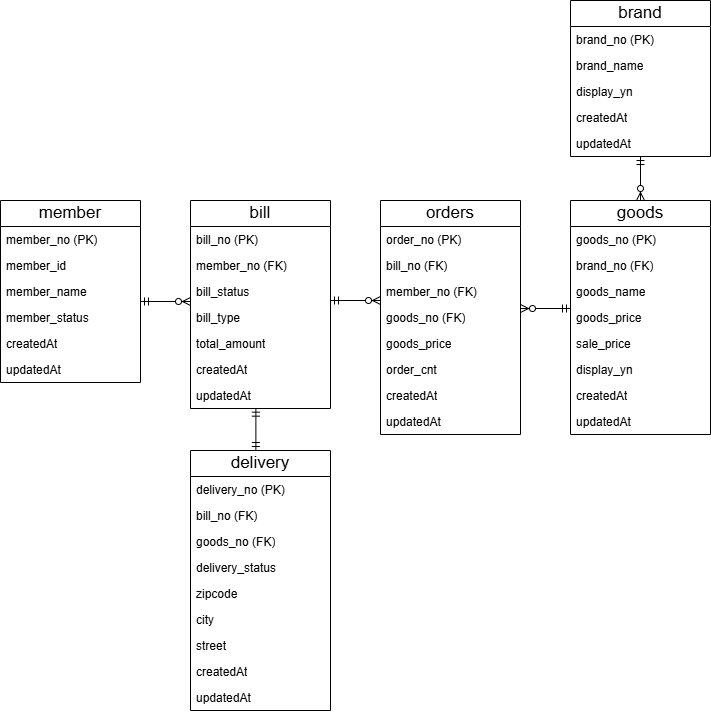
This is docs/images/DB Model.png from tngh4037/coupon-backend, a draw.io export, as it was before one commit. Source tidied: cells renumbered, new cells last; positions are measured from the earlier drawing's top-left corner, leaving out a move shared by most shapes.
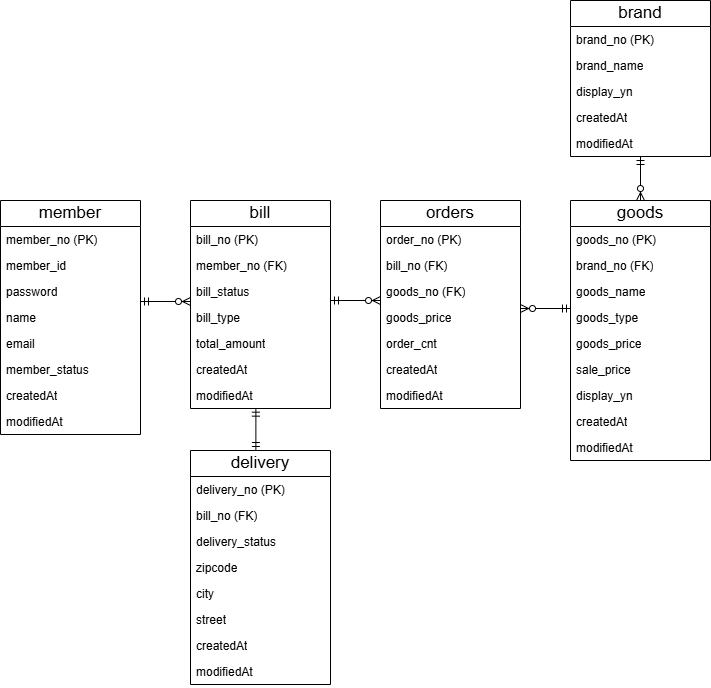
The same diagram one commit later.

Diff of the diagram source:
```diff
@@ -3,7 +3,7 @@
     <mxCell id="0" />
     <mxCell id="1" parent="0" />
     <mxCell id="2" value="member" style="swimlane;fontStyle=0;horizontal=1;startSize=26;fillColor=none;whiteSpace=wrap;html=1;fontSize=17;" parent="1" vertex="1">
-      <mxGeometry y="200" width="140" height="182" as="geometry" />
+      <mxGeometry y="200" width="140" height="234" as="geometry" />
     </mxCell>
     <mxCell id="3" value="member_no (PK)" style="text;strokeColor=none;fillColor=none;align=left;verticalAlign=top;spacingLeft=4;spacingRight=4;overflow=hidden;whiteSpace=wrap;html=1;" parent="2" vertex="1">
       <mxGeometry y="26" width="140" height="26" as="geometry" />
@@ -11,18 +11,24 @@
     <mxCell id="4" value="member_id" style="text;strokeColor=none;fillColor=none;align=left;verticalAlign=top;spacingLeft=4;spacingRight=4;overflow=hidden;whiteSpace=wrap;html=1;" parent="2" vertex="1">
       <mxGeometry y="52" width="140" height="26" as="geometry" />
     </mxCell>
-    <mxCell id="5" value="member_name" style="text;strokeColor=none;fillColor=none;align=left;verticalAlign=top;spacingLeft=4;spacingRight=4;overflow=hidden;whiteSpace=wrap;html=1;" parent="2" vertex="1">
-      <mxGeometry y="78" width="140" height="26" as="geometry" />
-    </mxCell>
+    <mxCell id="57" value="password" style="text;strokeColor=none;fillColor=none;align=left;verticalAlign=top;spacingLeft=4;spacingRight=4;overflow=hidden;whiteSpace=wrap;html=1;" parent="2" vertex="1">
+      <mxGeometry y="78" width="140" height="26" as="geometry" />
+    </mxCell>
+    <mxCell id="58" value="name" style="text;strokeColor=none;fillColor=none;align=left;verticalAlign=top;spacingLeft=4;spacingRight=4;overflow=hidden;whiteSpace=wrap;html=1;" parent="2" vertex="1">
+      <mxGeometry y="104" width="140" height="26" as="geometry" />
+    </mxCell>
+    <mxCell id="59" value="email" style="text;strokeColor=none;fillColor=none;align=left;verticalAlign=top;spacingLeft=4;spacingRight=4;overflow=hidden;whiteSpace=wrap;html=1;" parent="2" vertex="1">
+      <mxGeometry y="130" width="140" height="26" as="geometry" />
+    </mxCell>
     <mxCell id="6" value="member_status" style="text;strokeColor=none;fillColor=none;align=left;verticalAlign=top;spacingLeft=4;spacingRight=4;overflow=hidden;whiteSpace=wrap;html=1;" parent="2" vertex="1">
-      <mxGeometry y="104" width="140" height="26" as="geometry" />
+      <mxGeometry y="156" width="140" height="26" as="geometry" />
     </mxCell>
-    <mxCell id="7" value="createdAt" style="text;strokeColor=none;fillColor=none;align=left;verticalAlign=top;spacingLeft=4;spacingRight=4;overflow=hidden;whiteSpace=wrap;html=1;" parent="2" vertex="1">
-      <mxGeometry y="130" width="140" height="26" as="geometry" />
-    </mxCell>
-    <mxCell id="8" value="updatedAt" style="text;strokeColor=none;fillColor=none;align=left;verticalAlign=top;spacingLeft=4;spacingRight=4;overflow=hidden;whiteSpace=wrap;html=1;" parent="2" vertex="1">
-      <mxGeometry y="156" width="140" height="26" as="geometry" />
-    </mxCell>
+    <mxCell id="60" value="createdAt" style="text;strokeColor=none;fillColor=none;align=left;verticalAlign=top;spacingLeft=4;spacingRight=4;overflow=hidden;whiteSpace=wrap;html=1;" parent="2" vertex="1">
+      <mxGeometry y="182" width="140" height="26" as="geometry" />
+    </mxCell>
+    <mxCell id="61" value="modifiedAt" style="text;strokeColor=none;fillColor=none;align=left;verticalAlign=top;spacingLeft=4;spacingRight=4;overflow=hidden;whiteSpace=wrap;html=1;" parent="2" vertex="1">
+      <mxGeometry y="208" width="140" height="26" as="geometry" />
+    </mxCell>
     <mxCell id="9" value="bill" style="swimlane;fontStyle=0;horizontal=1;startSize=26;fillColor=none;whiteSpace=wrap;html=1;fontSize=17;" parent="1" vertex="1">
       <mxGeometry x="190" y="200" width="140" height="208" as="geometry" />
     </mxCell>
@@ -41,81 +47,76 @@
     <mxCell id="14" value="total_amount" style="text;strokeColor=none;fillColor=none;align=left;verticalAlign=top;spacingLeft=4;spacingRight=4;overflow=hidden;whiteSpace=wrap;html=1;" parent="9" vertex="1">
       <mxGeometry y="130" width="140" height="26" as="geometry" />
     </mxCell>
-    <mxCell id="15" value="createdAt" style="text;strokeColor=none;fillColor=none;align=left;verticalAlign=top;spacingLeft=4;spacingRight=4;overflow=hidden;whiteSpace=wrap;html=1;" parent="9" vertex="1">
-      <mxGeometry y="156" width="140" height="26" as="geometry" />
-    </mxCell>
-    <mxCell id="16" value="updatedAt" style="text;strokeColor=none;fillColor=none;align=left;verticalAlign=top;spacingLeft=4;spacingRight=4;overflow=hidden;points=[[0,0.5],[1,0.5]];portConstraint=eastwest;whiteSpace=wrap;html=1;" parent="9" vertex="1">
-      <mxGeometry y="182" width="140" height="26" as="geometry" />
-    </mxCell>
+    <mxCell id="62" value="createdAt" style="text;strokeColor=none;fillColor=none;align=left;verticalAlign=top;spacingLeft=4;spacingRight=4;overflow=hidden;whiteSpace=wrap;html=1;" parent="9" vertex="1">
+      <mxGeometry y="156" width="140" height="26" as="geometry" />
+    </mxCell>
+    <mxCell id="63" value="modifiedAt" style="text;strokeColor=none;fillColor=none;align=left;verticalAlign=top;spacingLeft=4;spacingRight=4;overflow=hidden;points=[[0,0.5],[1,0.5]];portConstraint=eastwest;whiteSpace=wrap;html=1;" parent="9" vertex="1">
+      <mxGeometry y="182" width="140" height="26" as="geometry" />
+    </mxCell>
     <mxCell id="17" value="orders" style="swimlane;fontStyle=0;horizontal=1;startSize=26;fillColor=none;whiteSpace=wrap;html=1;fontSize=17;" parent="1" vertex="1">
-      <mxGeometry x="380" y="200" width="140" height="234" as="geometry" />
+      <mxGeometry x="380" y="200" width="140" height="208" as="geometry" />
     </mxCell>
     <mxCell id="18" value="order_no (PK)" style="text;strokeColor=none;fillColor=none;align=left;verticalAlign=top;spacingLeft=4;spacingRight=4;overflow=hidden;whiteSpace=wrap;html=1;" parent="17" vertex="1">
       <mxGeometry y="26" width="140" height="26" as="geometry" />
     </mxCell>
-    <mxCell id="19" value="bill_no (FK)" style="text;strokeColor=none;fillColor=none;align=left;verticalAlign=top;spacingLeft=4;spacingRight=4;overflow=hidden;whiteSpace=wrap;html=1;" parent="17" vertex="1">
-      <mxGeometry y="52" width="140" height="26" as="geometry" />
-    </mxCell>
-    <mxCell id="20" value="member_no (FK)" style="text;strokeColor=none;fillColor=none;align=left;verticalAlign=top;spacingLeft=4;spacingRight=4;overflow=hidden;whiteSpace=wrap;html=1;" parent="17" vertex="1">
-      <mxGeometry y="78" width="140" height="26" as="geometry" />
-    </mxCell>
-    <mxCell id="21" value="goods_no (FK)" style="text;strokeColor=none;fillColor=none;align=left;verticalAlign=top;spacingLeft=4;spacingRight=4;overflow=hidden;whiteSpace=wrap;html=1;" parent="17" vertex="1">
-      <mxGeometry y="104" width="140" height="26" as="geometry" />
-    </mxCell>
-    <mxCell id="22" value="goods_price" style="text;strokeColor=none;fillColor=none;align=left;verticalAlign=top;spacingLeft=4;spacingRight=4;overflow=hidden;whiteSpace=wrap;html=1;" parent="17" vertex="1">
-      <mxGeometry y="130" width="140" height="26" as="geometry" />
-    </mxCell>
-    <mxCell id="23" style="fontSize=12;html=1;endArrow=ERzeroToMany;startArrow=ERmandOne;rounded=0;exitX=0;exitY=0.154;exitDx=0;exitDy=0;exitPerimeter=0;" parent="17" edge="1" source="42">
-      <mxGeometry relative="1" as="geometry">
-        <mxPoint x="140" y="108" as="targetPoint" />
-      </mxGeometry>
-    </mxCell>
+    <mxCell id="64" value="bill_no (FK)" style="text;strokeColor=none;fillColor=none;align=left;verticalAlign=top;spacingLeft=4;spacingRight=4;overflow=hidden;whiteSpace=wrap;html=1;" parent="17" vertex="1">
+      <mxGeometry y="52" width="140" height="26" as="geometry" />
+    </mxCell>
+    <mxCell id="31" value="goods_no (FK)" style="text;strokeColor=none;fillColor=none;align=left;verticalAlign=top;spacingLeft=4;spacingRight=4;overflow=hidden;whiteSpace=wrap;html=1;" parent="17" vertex="1">
+      <mxGeometry y="78" width="140" height="26" as="geometry" />
+    </mxCell>
+    <mxCell id="42" value="goods_price" style="text;strokeColor=none;fillColor=none;align=left;verticalAlign=top;spacingLeft=4;spacingRight=4;overflow=hidden;points=[[0,0.5],[1,0.5]];portConstraint=eastwest;whiteSpace=wrap;html=1;" parent="17" vertex="1">
+      <mxGeometry y="104" width="140" height="26" as="geometry" />
+    </mxCell>
+    <mxCell id="65" style="fontSize=12;html=1;endArrow=ERzeroToMany;startArrow=ERmandOne;rounded=0;" parent="17" edge="1">
+      <mxGeometry relative="1" as="geometry">
+        <mxPoint x="190" y="108" as="sourcePoint" />
+        <mxPoint x="140" y="108" as="targetPoint" />
+      </mxGeometry>
+    </mxCell>
     <mxCell id="24" value="order_cnt" style="text;strokeColor=none;fillColor=none;align=left;verticalAlign=top;spacingLeft=4;spacingRight=4;overflow=hidden;whiteSpace=wrap;html=1;" parent="17" vertex="1">
-      <mxGeometry y="156" width="140" height="26" as="geometry" />
+      <mxGeometry y="130" width="140" height="26" as="geometry" />
     </mxCell>
-    <mxCell id="25" value="createdAt" style="text;strokeColor=none;fillColor=none;align=left;verticalAlign=top;spacingLeft=4;spacingRight=4;overflow=hidden;whiteSpace=wrap;html=1;" parent="17" vertex="1">
-      <mxGeometry y="182" width="140" height="26" as="geometry" />
-    </mxCell>
-    <mxCell id="26" value="updatedAt" style="text;strokeColor=none;fillColor=none;align=left;verticalAlign=top;spacingLeft=4;spacingRight=4;overflow=hidden;whiteSpace=wrap;html=1;" parent="17" vertex="1">
-      <mxGeometry y="208" width="140" height="26" as="geometry" />
-    </mxCell>
-    <mxCell id="27" style="edgeStyle=orthogonalEdgeStyle;rounded=0;jettySize=auto;html=1;exitX=0.5;exitY=0;exitDx=0;exitDy=0;" parent="1" edge="1" source="28">
-      <mxGeometry relative="1" as="geometry">
-        <mxPoint x="260.3" y="450" as="targetPoint" />
-      </mxGeometry>
-    </mxCell>
+    <mxCell id="66" value="createdAt" style="text;strokeColor=none;fillColor=none;align=left;verticalAlign=top;spacingLeft=4;spacingRight=4;overflow=hidden;whiteSpace=wrap;html=1;" parent="17" vertex="1">
+      <mxGeometry y="156" width="140" height="26" as="geometry" />
+    </mxCell>
+    <mxCell id="67" value="modifiedAt" style="text;strokeColor=none;fillColor=none;align=left;verticalAlign=top;spacingLeft=4;spacingRight=4;overflow=hidden;whiteSpace=wrap;html=1;" parent="17" vertex="1">
+      <mxGeometry y="182" width="140" height="26" as="geometry" />
+    </mxCell>
+    <mxCell id="68" style="edgeStyle=orthogonalEdgeStyle;rounded=0;jettySize=auto;html=1;exitX=0.5;exitY=0;exitDx=0;exitDy=0;" parent="1" edge="1" source="28">
+      <mxGeometry relative="1" as="geometry">
+        <mxPoint x="260.3" y="450" as="targetPoint" />
+      </mxGeometry>
+    </mxCell>
     <mxCell id="28" value="delivery" style="swimlane;fontStyle=0;horizontal=1;startSize=26;fillColor=none;whiteSpace=wrap;html=1;fontSize=17;" parent="1" vertex="1">
-      <mxGeometry x="190" y="450" width="140" height="260" as="geometry" />
+      <mxGeometry x="190" y="450" width="140" height="234" as="geometry" />
     </mxCell>
     <mxCell id="29" value="delivery_no&amp;nbsp;(PK)" style="text;strokeColor=none;fillColor=none;align=left;verticalAlign=top;spacingLeft=4;spacingRight=4;overflow=hidden;whiteSpace=wrap;html=1;" parent="28" vertex="1">
       <mxGeometry y="26" width="140" height="26" as="geometry" />
     </mxCell>
-    <mxCell id="30" value="bill_no (FK)" style="text;strokeColor=none;fillColor=none;align=left;verticalAlign=top;spacingLeft=4;spacingRight=4;overflow=hidden;whiteSpace=wrap;html=1;" parent="28" vertex="1">
-      <mxGeometry y="52" width="140" height="26" as="geometry" />
-    </mxCell>
-    <mxCell id="31" value="goods_no (FK)" style="text;strokeColor=none;fillColor=none;align=left;verticalAlign=top;spacingLeft=4;spacingRight=4;overflow=hidden;whiteSpace=wrap;html=1;" parent="28" vertex="1">
-      <mxGeometry y="78" width="140" height="26" as="geometry" />
-    </mxCell>
+    <mxCell id="69" value="bill_no (FK)" style="text;strokeColor=none;fillColor=none;align=left;verticalAlign=top;spacingLeft=4;spacingRight=4;overflow=hidden;whiteSpace=wrap;html=1;" parent="28" vertex="1">
+      <mxGeometry y="52" width="140" height="26" as="geometry" />
+    </mxCell>
     <mxCell id="32" value="delivery_status" style="text;strokeColor=none;fillColor=none;align=left;verticalAlign=top;spacingLeft=4;spacingRight=4;overflow=hidden;whiteSpace=wrap;html=1;" parent="28" vertex="1">
-      <mxGeometry y="104" width="140" height="26" as="geometry" />
+      <mxGeometry y="78" width="140" height="26" as="geometry" />
     </mxCell>
     <mxCell id="33" value="zipcode" style="text;strokeColor=none;fillColor=none;align=left;verticalAlign=top;spacingLeft=4;spacingRight=4;overflow=hidden;whiteSpace=wrap;html=1;" parent="28" vertex="1">
-      <mxGeometry y="130" width="140" height="26" as="geometry" />
+      <mxGeometry y="104" width="140" height="26" as="geometry" />
     </mxCell>
     <mxCell id="34" value="city" style="text;strokeColor=none;fillColor=none;align=left;verticalAlign=top;spacingLeft=4;spacingRight=4;overflow=hidden;whiteSpace=wrap;html=1;" parent="28" vertex="1">
-      <mxGeometry y="156" width="140" height="26" as="geometry" />
+      <mxGeometry y="130" width="140" height="26" as="geometry" />
     </mxCell>
     <mxCell id="35" value="street" style="text;strokeColor=none;fillColor=none;align=left;verticalAlign=top;spacingLeft=4;spacingRight=4;overflow=hidden;whiteSpace=wrap;html=1;" parent="28" vertex="1">
-      <mxGeometry y="182" width="140" height="26" as="geometry" />
+      <mxGeometry y="156" width="140" height="26" as="geometry" />
     </mxCell>
-    <mxCell id="36" value="createdAt" style="text;strokeColor=none;fillColor=none;align=left;verticalAlign=top;spacingLeft=4;spacingRight=4;overflow=hidden;whiteSpace=wrap;html=1;" parent="28" vertex="1">
-      <mxGeometry y="208" width="140" height="26" as="geometry" />
-    </mxCell>
-    <mxCell id="37" value="updatedAt" style="text;strokeColor=none;fillColor=none;align=left;verticalAlign=top;spacingLeft=4;spacingRight=4;overflow=hidden;whiteSpace=wrap;html=1;" parent="28" vertex="1">
-      <mxGeometry y="234" width="140" height="26" as="geometry" />
-    </mxCell>
+    <mxCell id="70" value="createdAt" style="text;strokeColor=none;fillColor=none;align=left;verticalAlign=top;spacingLeft=4;spacingRight=4;overflow=hidden;whiteSpace=wrap;html=1;" parent="28" vertex="1">
+      <mxGeometry y="182" width="140" height="26" as="geometry" />
+    </mxCell>
+    <mxCell id="71" value="modifiedAt" style="text;strokeColor=none;fillColor=none;align=left;verticalAlign=top;spacingLeft=4;spacingRight=4;overflow=hidden;whiteSpace=wrap;html=1;" parent="28" vertex="1">
+      <mxGeometry y="208" width="140" height="26" as="geometry" />
+    </mxCell>
     <mxCell id="38" value="goods" style="swimlane;fontStyle=0;horizontal=1;startSize=26;fillColor=none;whiteSpace=wrap;html=1;fontSize=17;" parent="1" vertex="1">
-      <mxGeometry x="570" y="200" width="140" height="234" as="geometry" />
+      <mxGeometry x="570" y="200" width="140" height="260" as="geometry" />
     </mxCell>
     <mxCell id="39" value="goods_no (PK)" style="text;strokeColor=none;fillColor=none;align=left;verticalAlign=top;spacingLeft=4;spacingRight=4;overflow=hidden;whiteSpace=wrap;html=1;" parent="38" vertex="1">
       <mxGeometry y="26" width="140" height="26" as="geometry" />
@@ -126,32 +127,35 @@
     <mxCell id="41" value="goods_name" style="text;strokeColor=none;fillColor=none;align=left;verticalAlign=top;spacingLeft=4;spacingRight=4;overflow=hidden;whiteSpace=wrap;html=1;" parent="38" vertex="1">
       <mxGeometry y="78" width="140" height="26" as="geometry" />
     </mxCell>
-    <mxCell id="42" value="goods_price" style="text;strokeColor=none;fillColor=none;align=left;verticalAlign=top;spacingLeft=4;spacingRight=4;overflow=hidden;points=[[0,0.5],[1,0.5]];portConstraint=eastwest;whiteSpace=wrap;html=1;" parent="38" vertex="1">
-      <mxGeometry y="104" width="140" height="26" as="geometry" />
-    </mxCell>
+    <mxCell id="72" value="goods_type" style="text;strokeColor=none;fillColor=none;align=left;verticalAlign=top;spacingLeft=4;spacingRight=4;overflow=hidden;whiteSpace=wrap;html=1;" parent="38" vertex="1">
+      <mxGeometry y="104" width="140" height="26" as="geometry" />
+    </mxCell>
+    <mxCell id="22" value="goods_price" style="text;strokeColor=none;fillColor=none;align=left;verticalAlign=top;spacingLeft=4;spacingRight=4;overflow=hidden;whiteSpace=wrap;html=1;" parent="38" vertex="1">
+      <mxGeometry y="130" width="140" height="26" as="geometry" />
+    </mxCell>
     <mxCell id="43" value="sale_price" style="text;strokeColor=none;fillColor=none;align=left;verticalAlign=top;spacingLeft=4;spacingRight=4;overflow=hidden;whiteSpace=wrap;html=1;" parent="38" vertex="1">
-      <mxGeometry y="130" width="140" height="26" as="geometry" />
+      <mxGeometry y="156" width="140" height="26" as="geometry" />
     </mxCell>
     <mxCell id="44" value="display_yn" style="text;strokeColor=none;fillColor=none;align=left;verticalAlign=top;spacingLeft=4;spacingRight=4;overflow=hidden;whiteSpace=wrap;html=1;" parent="38" vertex="1">
-      <mxGeometry y="156" width="140" height="26" as="geometry" />
+      <mxGeometry y="182" width="140" height="26" as="geometry" />
     </mxCell>
-    <mxCell id="45" value="createdAt" style="text;strokeColor=none;fillColor=none;align=left;verticalAlign=top;spacingLeft=4;spacingRight=4;overflow=hidden;whiteSpace=wrap;html=1;" parent="38" vertex="1">
-      <mxGeometry y="182" width="140" height="26" as="geometry" />
-    </mxCell>
-    <mxCell id="46" value="updatedAt" style="text;strokeColor=none;fillColor=none;align=left;verticalAlign=top;spacingLeft=4;spacingRight=4;overflow=hidden;whiteSpace=wrap;html=1;" parent="38" vertex="1">
-      <mxGeometry y="208" width="140" height="26" as="geometry" />
-    </mxCell>
+    <mxCell id="36" value="createdAt" style="text;strokeColor=none;fillColor=none;align=left;verticalAlign=top;spacingLeft=4;spacingRight=4;overflow=hidden;whiteSpace=wrap;html=1;" parent="38" vertex="1">
+      <mxGeometry y="208" width="140" height="26" as="geometry" />
+    </mxCell>
+    <mxCell id="73" value="modifiedAt" style="text;strokeColor=none;fillColor=none;align=left;verticalAlign=top;spacingLeft=4;spacingRight=4;overflow=hidden;whiteSpace=wrap;html=1;" parent="38" vertex="1">
+      <mxGeometry y="234" width="140" height="26" as="geometry" />
+    </mxCell>
     <mxCell id="47" value="brand" style="swimlane;fontStyle=0;horizontal=1;startSize=26;fillColor=none;whiteSpace=wrap;html=1;fontSize=17;" parent="1" vertex="1">
       <mxGeometry x="570" width="140" height="156" as="geometry" />
     </mxCell>
     <mxCell id="48" value="brand_no&amp;nbsp;(PK)" style="text;strokeColor=none;fillColor=none;align=left;verticalAlign=top;spacingLeft=4;spacingRight=4;overflow=hidden;whiteSpace=wrap;html=1;" parent="47" vertex="1">
       <mxGeometry y="26" width="140" height="26" as="geometry" />
     </mxCell>
-    <mxCell id="49" style="fontSize=12;html=1;endArrow=ERzeroToMany;startArrow=ERmandOne;rounded=0;entryX=0.5;entryY=0;entryDx=0;entryDy=0;" parent="47" edge="1" target="38">
-      <mxGeometry relative="1" as="geometry">
-        <mxPoint x="70" y="156" as="sourcePoint" />
-      </mxGeometry>
-    </mxCell>
+    <mxCell id="74" style="fontSize=12;html=1;endArrow=ERzeroToMany;startArrow=ERmandOne;rounded=0;entryX=0.5;entryY=0;entryDx=0;entryDy=0;" parent="47" edge="1" target="38">
+      <mxGeometry relative="1" as="geometry">
+        <mxPoint x="70" y="156" as="sourcePoint" />
+      </mxGeometry>
+    </mxCell>
     <mxCell id="50" value="brand_name" style="text;strokeColor=none;fillColor=none;align=left;verticalAlign=top;spacingLeft=4;spacingRight=4;overflow=hidden;whiteSpace=wrap;html=1;" parent="47" vertex="1">
       <mxGeometry y="52" width="140" height="26" as="geometry" />
     </mxCell>
@@ -161,22 +165,22 @@
     <mxCell id="52" value="createdAt" style="text;strokeColor=none;fillColor=none;align=left;verticalAlign=top;spacingLeft=4;spacingRight=4;overflow=hidden;whiteSpace=wrap;html=1;" parent="47" vertex="1">
       <mxGeometry y="104" width="140" height="26" as="geometry" />
     </mxCell>
-    <mxCell id="53" value="updatedAt" style="text;strokeColor=none;fillColor=none;align=left;verticalAlign=top;spacingLeft=4;spacingRight=4;overflow=hidden;whiteSpace=wrap;html=1;" parent="47" vertex="1">
-      <mxGeometry y="130" width="140" height="26" as="geometry" />
-    </mxCell>
-    <mxCell id="54" style="fontSize=12;html=1;endArrow=ERzeroToMany;startArrow=ERmandOne;rounded=0;exitX=1;exitY=0.846;exitDx=0;exitDy=0;exitPerimeter=0;" parent="1" edge="1" source="12">
-      <mxGeometry relative="1" as="geometry">
-        <mxPoint x="380" y="300" as="targetPoint" />
-      </mxGeometry>
-    </mxCell>
-    <mxCell id="55" style="fontSize=12;html=1;endArrow=ERmandOne;startArrow=ERmandOne;rounded=0;entryX=0.467;entryY=0.987;entryDx=0;entryDy=0;entryPerimeter=0;exitX=0.467;exitY=0;exitDx=0;exitDy=0;exitPerimeter=0;" parent="1" edge="1" source="28" target="16">
-      <mxGeometry relative="1" as="geometry" />
-    </mxCell>
-    <mxCell id="56" style="fontSize=12;html=1;endArrow=ERzeroToMany;startArrow=ERmandOne;rounded=0;exitX=1;exitY=0.846;exitDx=0;exitDy=0;exitPerimeter=0;" parent="1" edge="1">
-      <mxGeometry relative="1" as="geometry">
-        <mxPoint x="140" y="301" as="sourcePoint" />
-        <mxPoint x="190" y="301" as="targetPoint" />
-      </mxGeometry>
-    </mxCell>
+    <mxCell id="75" value="modifiedAt" style="text;strokeColor=none;fillColor=none;align=left;verticalAlign=top;spacingLeft=4;spacingRight=4;overflow=hidden;whiteSpace=wrap;html=1;" parent="47" vertex="1">
+      <mxGeometry y="130" width="140" height="26" as="geometry" />
+    </mxCell>
+    <mxCell id="76" style="fontSize=12;html=1;endArrow=ERzeroToMany;startArrow=ERmandOne;rounded=0;exitX=1;exitY=0.846;exitDx=0;exitDy=0;exitPerimeter=0;" parent="1" edge="1" source="12">
+      <mxGeometry relative="1" as="geometry">
+        <mxPoint x="380" y="300" as="targetPoint" />
+      </mxGeometry>
+    </mxCell>
+    <mxCell id="77" style="fontSize=12;html=1;endArrow=ERmandOne;startArrow=ERmandOne;rounded=0;entryX=0.467;entryY=0.987;entryDx=0;entryDy=0;entryPerimeter=0;exitX=0.467;exitY=0;exitDx=0;exitDy=0;exitPerimeter=0;" parent="1" edge="1" source="28" target="63">
+      <mxGeometry relative="1" as="geometry" />
+    </mxCell>
+    <mxCell id="78" style="fontSize=12;html=1;endArrow=ERzeroToMany;startArrow=ERmandOne;rounded=0;exitX=1;exitY=0.846;exitDx=0;exitDy=0;exitPerimeter=0;" parent="1" edge="1">
+      <mxGeometry relative="1" as="geometry">
+        <mxPoint x="140" y="301" as="sourcePoint" />
+        <mxPoint x="190" y="301" as="targetPoint" />
+      </mxGeometry>
+    </mxCell>
   </root>
 </mxGraphModel>
```
